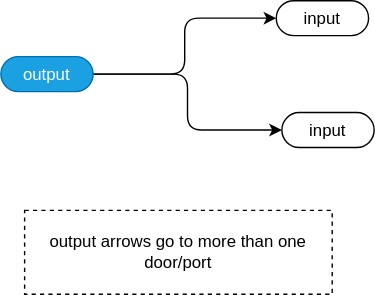
Earlier version of the draw.io export DPL syntax/DPL syntax-fan-out (split).drawio.svg (guitarvydas/0dproto). Source tidied: cells renumbered, new cells last; positions are measured from the earlier drawing's top-left corner, leaving out a move shared by most shapes.
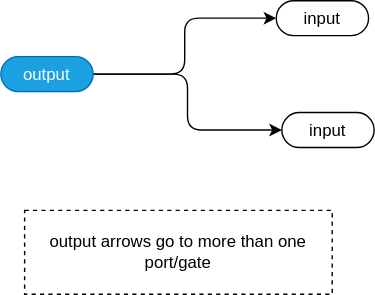
The same file after the commit.

Commit message:
edits to README.md and the diagrams in 'DPL syntax/*'

What changed in the source:
```diff
@@ -17,7 +17,7 @@
     <mxCell id="6" value="input" style="rounded=1;whiteSpace=wrap;html=1;sketch=0;points=[[0,0.5,0,0,0],[1,0.5,0,0,0]];arcSize=50;" parent="1" vertex="1">
       <mxGeometry x="201" y="80" width="66" height="25" as="geometry" />
     </mxCell>
-    <mxCell id="7" value="output arrows go to more than one door/port" style="rounded=0;whiteSpace=wrap;html=1;dashed=1;" parent="1" vertex="1">
+    <mxCell id="7" value="output arrows go to more than one port/gate" style="rounded=0;whiteSpace=wrap;html=1;dashed=1;" parent="1" vertex="1">
       <mxGeometry x="17" y="150" width="220" height="60" as="geometry" />
     </mxCell>
   </root>
```
